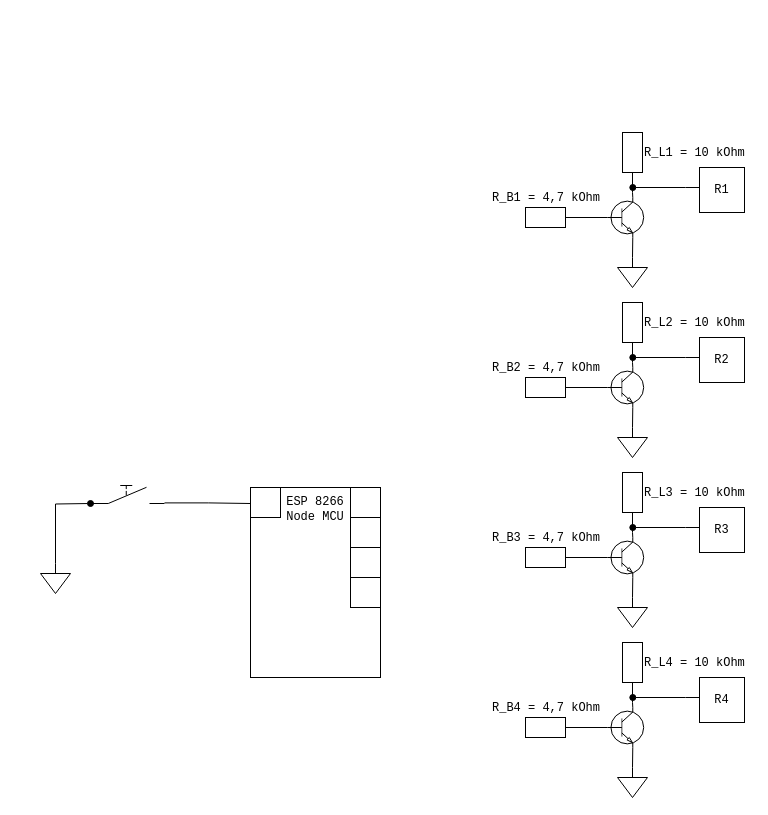
Earlier version of the draw.io diagram page "HW" (2 of 2) of architecture.drawio (vasing/PCLueftersteuerung). Source tidied: cells renumbered, new cells numbered last; positions are measured from the earlier drawing's top-left corner, leaving out a move shared by most shapes. Both pictures are drawn from the tidied source at 100%, with x=0, y=0 at pixel (40, 137).
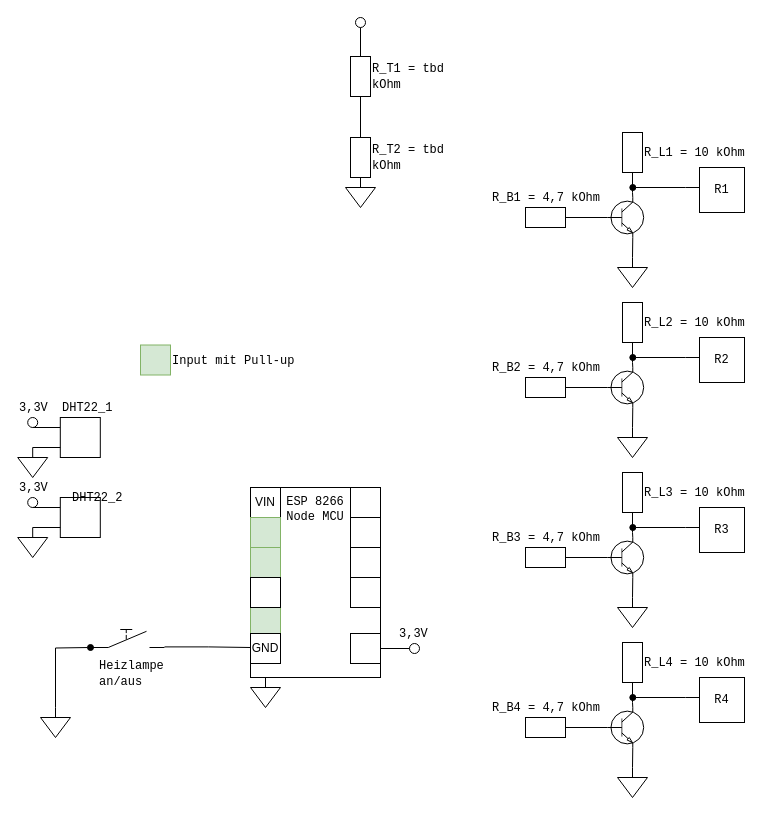
After the change.

Diff of the diagram source:
```diff
@@
-    <mxCell id="51" style="rounded=0;whiteSpace=wrap;html=1;" parent="1" vertex="1">
-      <mxGeometry x="210" y="350" width="30" height="30" as="geometry" />
+    <mxCell id="51" style="rounded=0;whiteSpace=wrap;html=1;fillColor=#d5e8d4;strokeColor=#82b366;" parent="1" vertex="1">
+      <mxGeometry x="210" y="466" width="30" height="30" as="geometry" />
     </mxCell>
     <mxCell id="52" style="edgeStyle=orthogonalEdgeStyle;rounded=0;orthogonalLoop=1;jettySize=auto;html=1;exitX=1;exitY=0.8;exitDx=0;exitDy=0;entryX=0;entryY=0.5;entryDx=0;entryDy=0;endArrow=none;endFill=0;" parent="1" edge="1">
       <mxGeometry relative="1" as="geometry">
-        <mxPoint x="124" y="365.4" as="sourcePoint" />
-        <mxPoint x="210" y="364" as="targetPoint" />
+        <mxPoint x="124" y="509.4" as="sourcePoint" />
+        <mxPoint x="210" y="508" as="targetPoint" />
         <Array as="points">
-          <mxPoint x="168" y="365" />
-          <mxPoint x="210" y="366" />
+          <mxPoint x="168" y="509" />
+          <mxPoint x="210" y="510" />
         </Array>
       </mxGeometry>
     </mxCell>
     <mxCell id="53" style="verticalLabelPosition=bottom;shadow=0;dashed=0;align=center;html=1;verticalAlign=top;shape=mxgraph.electrical.electro-mechanical.manualSwitch2;elSwitchState=off;" parent="1" vertex="1">
-      <mxGeometry x="49" y="348" width="75" height="18" as="geometry" />
+      <mxGeometry x="49" y="492" width="75" height="18" as="geometry" />
     </mxCell>
     <mxCell id="54" style="verticalLabelPosition=bottom;shadow=0;dashed=0;align=center;html=1;verticalAlign=top;shape=mxgraph.electrical.signal_sources.signal_ground;" parent="1" vertex="1">
-      <mxGeometry y="426" width="30" height="30" as="geometry" />
+      <mxGeometry y="570" width="30" height="30" as="geometry" />
     </mxCell>
     <mxCell id="55" style="edgeStyle=orthogonalEdgeStyle;rounded=0;jettySize=auto;html=1;entryX=0.5;entryY=0;entryDx=0;entryDy=0;entryPerimeter=0;endArrow=none;endFill=0;startArrow=oval;startFill=1;" parent="1" edge="1" target="54">
       <mxGeometry relative="1" as="geometry">
-        <mxPoint x="50" y="366" as="sourcePoint" />
+        <mxPoint x="50" y="510" as="sourcePoint" />
       </mxGeometry>
     </mxCell>
+    <mxCell id="56" style="rounded=0;whiteSpace=wrap;html=1;fillColor=#d5e8d4;strokeColor=#82b366;" parent="1" vertex="1">
+      <mxGeometry x="100" y="207.5" width="30" height="30" as="geometry" />
+    </mxCell>
+    <mxCell id="57" value="&lt;font face=&quot;Courier New&quot;&gt;Input mit Pull-up&lt;/font&gt;" style="text;html=1;align=left;verticalAlign=middle;whiteSpace=wrap;rounded=0;" parent="1" vertex="1">
+      <mxGeometry x="130" y="212.5" width="140" height="20" as="geometry" />
+    </mxCell>
+    <mxCell id="58" style="edgeStyle=orthogonalEdgeStyle;rounded=0;jettySize=auto;html=1;exitX=0;exitY=0.25;exitDx=0;exitDy=0;entryX=0.5;entryY=1;entryDx=0;entryDy=0;endArrow=none;endFill=0;" parent="1" edge="1" source="59" target="63">
+      <mxGeometry relative="1" as="geometry" />
+    </mxCell>
+    <mxCell id="59" style="rounded=0;whiteSpace=wrap;html=1;" parent="1" vertex="1">
+      <mxGeometry x="19.8" y="280" width="40" height="40" as="geometry" />
+    </mxCell>
+    <mxCell id="60" value="&lt;font face=&quot;Courier New&quot;&gt;3,3V&lt;/font&gt;" style="text;html=1;align=left;verticalAlign=middle;whiteSpace=wrap;rounded=0;" parent="1" vertex="1">
+      <mxGeometry x="-22.8" y="260" width="35" height="20" as="geometry" />
+    </mxCell>
+    <mxCell id="61" style="edgeStyle=orthogonalEdgeStyle;rounded=0;jettySize=auto;html=1;exitX=0.5;exitY=0;exitDx=0;exitDy=0;exitPerimeter=0;entryX=0;entryY=0.75;entryDx=0;entryDy=0;endArrow=none;endFill=0;" parent="1" edge="1" source="62" target="59">
+      <mxGeometry relative="1" as="geometry" />
+    </mxCell>
+    <mxCell id="62" style="verticalLabelPosition=bottom;shadow=0;dashed=0;align=center;html=1;verticalAlign=top;shape=mxgraph.electrical.signal_sources.signal_ground;" parent="1" vertex="1">
+      <mxGeometry x="-22.8" y="310" width="30" height="30" as="geometry" />
+    </mxCell>
+    <mxCell id="63" style="ellipse;whiteSpace=wrap;html=1;" parent="1" vertex="1">
+      <mxGeometry x="-12.8" y="280" width="10" height="10" as="geometry" />
+    </mxCell>
+    <mxCell id="64" value="&lt;font face=&quot;Courier New&quot;&gt;DHT22_1&lt;/font&gt;" style="text;html=1;align=left;verticalAlign=middle;whiteSpace=wrap;rounded=0;" parent="1" vertex="1">
+      <mxGeometry x="19.8" y="260" width="60" height="20" as="geometry" />
+    </mxCell>
+    <mxCell id="65" style="verticalLabelPosition=bottom;shadow=0;dashed=0;align=center;html=1;verticalAlign=top;shape=mxgraph.electrical.signal_sources.signal_ground;" parent="1" vertex="1">
+      <mxGeometry x="210" y="540" width="30" height="30" as="geometry" />
+    </mxCell>
+    <mxCell id="66" value="GND" style="rounded=0;whiteSpace=wrap;html=1;" parent="1" vertex="1">
+      <mxGeometry x="210" y="496" width="30" height="30" as="geometry" />
+    </mxCell>
+    <mxCell id="67" value="VIN" style="rounded=0;whiteSpace=wrap;html=1;" parent="1" vertex="1">
+      <mxGeometry x="210" y="350" width="30" height="30" as="geometry" />
+    </mxCell>
+    <mxCell id="68" value="&lt;font face=&quot;Courier New&quot;&gt;3,3V&lt;/font&gt;" style="text;html=1;align=left;verticalAlign=middle;whiteSpace=wrap;rounded=0;" parent="1" vertex="1">
+      <mxGeometry x="356.5" y="486" width="35" height="20" as="geometry" />
+    </mxCell>
+    <mxCell id="69" style="ellipse;whiteSpace=wrap;html=1;" parent="1" vertex="1">
+      <mxGeometry x="369" y="506" width="10" height="10" as="geometry" />
+    </mxCell>
+    <mxCell id="70" style="edgeStyle=orthogonalEdgeStyle;rounded=0;jettySize=auto;html=1;entryX=0;entryY=0.5;entryDx=0;entryDy=0;endArrow=none;endFill=0;" parent="1" edge="1" source="71" target="69">
+      <mxGeometry relative="1" as="geometry" />
+    </mxCell>
+    <mxCell id="71" style="rounded=0;whiteSpace=wrap;html=1;" parent="1" vertex="1">
+      <mxGeometry x="310" y="496" width="30" height="30" as="geometry" />
+    </mxCell>
+    <mxCell id="72" style="edgeStyle=orthogonalEdgeStyle;rounded=0;jettySize=auto;html=1;exitX=0;exitY=0.25;exitDx=0;exitDy=0;entryX=0.5;entryY=1;entryDx=0;entryDy=0;endArrow=none;endFill=0;" parent="1" edge="1" source="73" target="77">
+      <mxGeometry relative="1" as="geometry" />
+    </mxCell>
+    <mxCell id="73" style="rounded=0;whiteSpace=wrap;html=1;" parent="1" vertex="1">
+      <mxGeometry x="19.8" y="360" width="40" height="40" as="geometry" />
+    </mxCell>
+    <mxCell id="74" value="&lt;font face=&quot;Courier New&quot;&gt;3,3V&lt;/font&gt;" style="text;html=1;align=left;verticalAlign=middle;whiteSpace=wrap;rounded=0;" parent="1" vertex="1">
+      <mxGeometry x="-22.8" y="340" width="35" height="20" as="geometry" />
+    </mxCell>
+    <mxCell id="75" style="edgeStyle=orthogonalEdgeStyle;rounded=0;jettySize=auto;html=1;exitX=0.5;exitY=0;exitDx=0;exitDy=0;exitPerimeter=0;entryX=0;entryY=0.75;entryDx=0;entryDy=0;endArrow=none;endFill=0;" parent="1" edge="1" source="76" target="73">
+      <mxGeometry relative="1" as="geometry" />
+    </mxCell>
+    <mxCell id="76" style="verticalLabelPosition=bottom;shadow=0;dashed=0;align=center;html=1;verticalAlign=top;shape=mxgraph.electrical.signal_sources.signal_ground;" parent="1" vertex="1">
+      <mxGeometry x="-22.8" y="390" width="30" height="30" as="geometry" />
+    </mxCell>
+    <mxCell id="77" style="ellipse;whiteSpace=wrap;html=1;" parent="1" vertex="1">
+      <mxGeometry x="-12.8" y="360" width="10" height="10" as="geometry" />
+    </mxCell>
+    <mxCell id="78" value="&lt;font face=&quot;Courier New&quot;&gt;Heizlampe an/aus&lt;/font&gt;" style="text;html=1;align=left;verticalAlign=middle;whiteSpace=wrap;rounded=0;" parent="1" vertex="1">
+      <mxGeometry x="56.5" y="526" width="60" height="20" as="geometry" />
+    </mxCell>
+    <mxCell id="79" style="rounded=0;whiteSpace=wrap;html=1;fillColor=#d5e8d4;strokeColor=#82b366;" parent="1" vertex="1">
+      <mxGeometry x="210" y="380" width="30" height="30" as="geometry" />
+    </mxCell>
+    <mxCell id="80" style="rounded=0;whiteSpace=wrap;html=1;fillColor=#d5e8d4;strokeColor=#82b366;" parent="1" vertex="1">
+      <mxGeometry x="210" y="410" width="30" height="30" as="geometry" />
+    </mxCell>
+    <mxCell id="81" style="rounded=0;whiteSpace=wrap;html=1;" parent="1" vertex="1">
+      <mxGeometry x="210" y="440" width="30" height="30" as="geometry" />
+    </mxCell>
+    <mxCell id="82" style="edgeStyle=orthogonalEdgeStyle;rounded=0;jettySize=auto;html=1;entryX=0;entryY=0.5;entryDx=0;entryDy=0;endArrow=none;endFill=0;" parent="1" edge="1" source="83" target="85">
+      <mxGeometry relative="1" as="geometry" />
+    </mxCell>
+    <mxCell id="83" style="rounded=0;whiteSpace=wrap;html=1;rotation=90;" parent="1" vertex="1">
+      <mxGeometry x="300" y="-71" width="40" height="20" as="geometry" />
+    </mxCell>
+    <mxCell id="84" value="&lt;font face=&quot;Courier New&quot;&gt;R_T1 = tbd kOhm&lt;/font&gt;" style="text;html=1;align=left;verticalAlign=middle;whiteSpace=wrap;rounded=0;" parent="1" vertex="1">
+      <mxGeometry x="330" y="-76" width="108" height="30" as="geometry" />
+    </mxCell>
+    <mxCell id="85" style="rounded=0;whiteSpace=wrap;html=1;rotation=90;" parent="1" vertex="1">
+      <mxGeometry x="300" y="10" width="40" height="20" as="geometry" />
+    </mxCell>
+    <mxCell id="86" value="&lt;font face=&quot;Courier New&quot;&gt;R_T2 = tbd kOhm&lt;/font&gt;" style="text;html=1;align=left;verticalAlign=middle;whiteSpace=wrap;rounded=0;" parent="1" vertex="1">
+      <mxGeometry x="330" y="5" width="108" height="30" as="geometry" />
+    </mxCell>
+    <mxCell id="87" style="verticalLabelPosition=bottom;shadow=0;dashed=0;align=center;html=1;verticalAlign=top;shape=mxgraph.electrical.signal_sources.signal_ground;" parent="1" vertex="1">
+      <mxGeometry x="305" y="40" width="30" height="30" as="geometry" />
+    </mxCell>
+    <mxCell id="88" style="edgeStyle=orthogonalEdgeStyle;rounded=0;jettySize=auto;html=1;entryX=0;entryY=0.5;entryDx=0;entryDy=0;endArrow=none;endFill=0;" parent="1" edge="1" source="89" target="83">
+      <mxGeometry relative="1" as="geometry" />
+    </mxCell>
+    <mxCell id="89" style="ellipse;whiteSpace=wrap;html=1;" parent="1" vertex="1">
+      <mxGeometry x="315" y="-120" width="10" height="10" as="geometry" />
+    </mxCell>
+    <mxCell id="90" value="&lt;font face=&quot;Courier New&quot;&gt;DHT22_2&lt;/font&gt;" style="text;html=1;align=left;verticalAlign=middle;whiteSpace=wrap;rounded=0;" parent="1" vertex="1">
+      <mxGeometry x="29.8" y="350" width="60" height="20" as="geometry" />
+    </mxCell>
```
